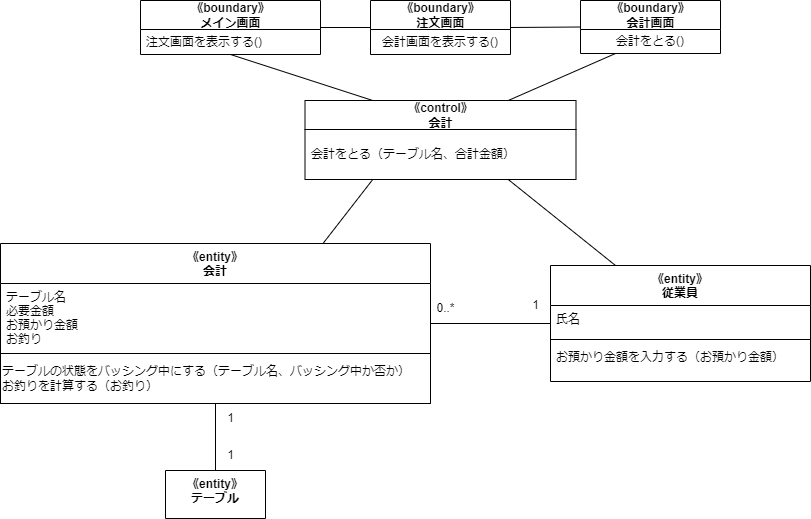
MasakiHiguchi/--- keeps this draw.io diagram as psp4/分析モデルのクラス図/分析モデルクラス図_会計.drawio.png. Above is the earlier version. Source tidied: cells renumbered, new cells last; positions are measured from the earlier drawing's top-left corner, leaving out a move shared by most shapes.
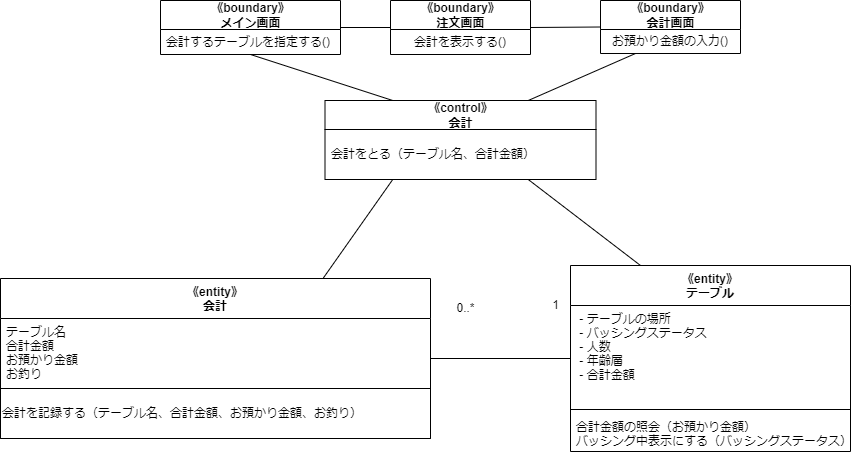
After the commit.

Diff of the diagram source:
```diff
@@ -8,7 +8,7 @@
     <mxCell id="3" value="《boundary》&lt;br&gt;メイン画面" style="swimlane;fontStyle=1;align=center;verticalAlign=middle;horizontal=1;startSize=29;html=1;" parent="1" vertex="1">
       <mxGeometry x="140" width="180" height="54" as="geometry" />
     </mxCell>
-    <mxCell id="4" value="注文画面を表示する()" style="text;html=1;strokeColor=none;fillColor=none;align=left;verticalAlign=middle;spacingLeft=4;spacingRight=4;overflow=hidden;" parent="3" vertex="1">
+    <mxCell id="4" value="会計するテーブルを指定する()" style="text;html=1;strokeColor=none;fillColor=none;align=left;verticalAlign=middle;spacingLeft=4;spacingRight=4;overflow=hidden;" parent="3" vertex="1">
       <mxGeometry y="29" width="180" height="25" as="geometry" />
     </mxCell>
     <mxCell id="5" style="edgeStyle=none;html=1;exitX=1;exitY=0.5;exitDx=0;exitDy=0;entryX=0;entryY=0.5;entryDx=0;entryDy=0;endArrow=none;endFill=0;" parent="1" edge="1" source="6" target="23">
@@ -17,7 +17,7 @@
     <mxCell id="6" value="《boundary》&lt;br&gt;注文画面" style="swimlane;fontStyle=1;align=center;verticalAlign=middle;horizontal=1;startSize=29;html=1;" parent="1" vertex="1">
       <mxGeometry x="370" width="140" height="54" as="geometry" />
     </mxCell>
-    <mxCell id="7" value="会計画面を表示する()" style="text;html=1;strokeColor=none;fillColor=none;align=center;verticalAlign=middle;spacingLeft=4;spacingRight=4;overflow=hidden;" parent="6" vertex="1">
+    <mxCell id="7" value="会計を表示する()" style="text;html=1;strokeColor=none;fillColor=none;align=center;verticalAlign=middle;spacingLeft=4;spacingRight=4;overflow=hidden;" parent="6" vertex="1">
       <mxGeometry y="29" width="140" height="25" as="geometry" />
     </mxCell>
     <mxCell id="8" style="edgeStyle=none;html=1;exitX=0.25;exitY=0;exitDx=0;exitDy=0;entryX=0.5;entryY=1;entryDx=0;entryDy=0;endArrow=none;endFill=0;" parent="1" edge="1" source="10" target="3">
@@ -36,16 +36,16 @@
       <mxGeometry relative="1" as="geometry" />
     </mxCell>
     <mxCell id="13" value="《entity》&#10;会計" style="swimlane;fontStyle=1;align=center;verticalAlign=top;horizontal=1;startSize=40;" parent="1" vertex="1">
-      <mxGeometry y="243" width="430" height="160" as="geometry" />
+      <mxGeometry x="-20" y="278" width="430" height="160" as="geometry" />
     </mxCell>
-    <mxCell id="14" value="テーブル名&#10;必要金額&#10;お預かり金額&#10;お釣り" style="text;strokeColor=none;fillColor=none;align=left;verticalAlign=top;spacingLeft=4;spacingRight=4;overflow=hidden;" parent="13" vertex="1">
+    <mxCell id="14" value="テーブル名&#10;合計金額&#10;お預かり金額&#10;お釣り" style="text;strokeColor=none;fillColor=none;align=left;verticalAlign=top;spacingLeft=4;spacingRight=4;overflow=hidden;" parent="13" vertex="1">
       <mxGeometry y="40" width="430" height="70" as="geometry" />
     </mxCell>
     <mxCell id="15" style="swimlane;startSize=0;" parent="13" vertex="1">
       <mxGeometry y="110" width="430" height="50" as="geometry" />
     </mxCell>
-    <mxCell id="16" value="テーブルの状態をバッシング中にする（テーブル名、バッシング中か否か）&lt;br&gt;お釣りを計算する（お釣り）" style="text;html=1;align=left;verticalAlign=middle;strokeColor=none;fillColor=none;" parent="15" vertex="1">
-      <mxGeometry y="5" width="430" height="40" as="geometry" />
+    <mxCell id="16" value="会計を記録する（テーブル名、合計金額、お預かり金額、お釣り）" style="text;html=1;align=left;verticalAlign=middle;strokeColor=none;fillColor=none;" parent="15" vertex="1">
+      <mxGeometry y="10" width="380" height="30" as="geometry" />
     </mxCell>
     <mxCell id="17" style="edgeStyle=none;html=1;exitX=0;exitY=0.5;exitDx=0;exitDy=0;entryX=1;entryY=0.5;entryDx=0;entryDy=0;endArrow=none;endFill=0;" parent="1" edge="1" source="19" target="13">
       <mxGeometry relative="1" as="geometry" />
@@ -53,41 +53,29 @@
     <mxCell id="18" style="edgeStyle=none;html=1;exitX=0.25;exitY=0;exitDx=0;exitDy=0;entryX=0.75;entryY=1;entryDx=0;entryDy=0;endArrow=none;endFill=0;" parent="1" edge="1" source="19" target="10">
       <mxGeometry relative="1" as="geometry" />
     </mxCell>
-    <mxCell id="19" value="《entity》&#10;従業員" style="swimlane;fontStyle=1;align=center;verticalAlign=top;horizontal=1;startSize=40;" parent="1" vertex="1">
-      <mxGeometry x="550" y="265" width="260" height="116" as="geometry" />
+    <mxCell id="19" value="《entity》&#10;テーブル" style="swimlane;fontStyle=1;align=center;verticalAlign=top;horizontal=1;startSize=40;" parent="1" vertex="1">
+      <mxGeometry x="550" y="265" width="280" height="186" as="geometry" />
     </mxCell>
-    <mxCell id="20" value="氏名" style="text;strokeColor=none;fillColor=none;align=left;verticalAlign=top;spacingLeft=4;spacingRight=4;overflow=hidden;" parent="19" vertex="1">
-      <mxGeometry y="40" width="260" height="30" as="geometry" />
+    <mxCell id="20" value=" - テーブルの場所&#10; - バッシングステータス&#10; - 人数&#10; - 年齢層&#10; - 合計金額" style="text;strokeColor=none;fillColor=none;align=left;verticalAlign=top;spacingLeft=4;spacingRight=4;overflow=hidden;" parent="19" vertex="1">
+      <mxGeometry y="40" width="280" height="100" as="geometry" />
     </mxCell>
     <mxCell id="21" style="line;strokeWidth=1;fillColor=none;align=left;verticalAlign=middle;spacingTop=-1;spacingLeft=3;spacingRight=3;labelPosition=right;strokeColor=inherit;" parent="19" vertex="1">
-      <mxGeometry y="70" width="260" height="8" as="geometry" />
+      <mxGeometry y="140" width="280" height="8" as="geometry" />
     </mxCell>
-    <mxCell id="22" value="お預かり金額を入力する（お預かり金額）" style="text;strokeColor=none;fillColor=none;align=left;verticalAlign=top;spacingLeft=4;spacingRight=4;overflow=hidden;" parent="19" vertex="1">
-      <mxGeometry y="78" width="260" height="38" as="geometry" />
+    <mxCell id="22" value="合計金額の照会（お預かり金額）&#10;バッシング中表示にする（バッシングステータス）" style="text;strokeColor=none;fillColor=none;align=left;verticalAlign=top;spacingLeft=4;spacingRight=4;overflow=hidden;" parent="19" vertex="1">
+      <mxGeometry y="148" width="280" height="38" as="geometry" />
     </mxCell>
     <mxCell id="23" value="《boundary》&lt;br&gt;会計画面" style="swimlane;fontStyle=1;align=center;verticalAlign=middle;horizontal=1;startSize=29;html=1;" parent="1" vertex="1">
       <mxGeometry x="580" width="140" height="53" as="geometry" />
     </mxCell>
-    <mxCell id="24" value="会計をとる()" style="text;html=1;strokeColor=none;fillColor=none;align=center;verticalAlign=middle;spacingLeft=4;spacingRight=4;overflow=hidden;" parent="23" vertex="1">
+    <mxCell id="24" value="お預かり金額の入力()" style="text;html=1;strokeColor=none;fillColor=none;align=center;verticalAlign=middle;spacingLeft=4;spacingRight=4;overflow=hidden;" parent="23" vertex="1">
       <mxGeometry y="29" width="140" height="24" as="geometry" />
     </mxCell>
-    <mxCell id="25" style="edgeStyle=none;html=1;exitX=0.5;exitY=0;exitDx=0;exitDy=0;entryX=0.5;entryY=1;entryDx=0;entryDy=0;endArrow=none;endFill=0;" parent="1" edge="1" source="26" target="13">
-      <mxGeometry relative="1" as="geometry" />
-    </mxCell>
-    <mxCell id="26" value="《entity》&#10;テーブル" style="swimlane;fontStyle=1;align=center;verticalAlign=top;horizontal=1;startSize=48;" parent="1" vertex="1">
-      <mxGeometry x="165" y="470" width="100" height="48" as="geometry" />
-    </mxCell>
     <mxCell id="27" value="1" style="text;html=1;align=center;verticalAlign=middle;strokeColor=none;fillColor=none;" parent="1" vertex="1">
       <mxGeometry x="520" y="290" width="30" height="30" as="geometry" />
     </mxCell>
     <mxCell id="28" value="0..*" style="text;html=1;align=center;verticalAlign=middle;strokeColor=none;fillColor=none;" parent="1" vertex="1">
       <mxGeometry x="425" y="293" width="40" height="30" as="geometry" />
     </mxCell>
-    <mxCell id="29" value="1" style="text;html=1;align=center;verticalAlign=middle;strokeColor=none;fillColor=none;" parent="1" vertex="1">
-      <mxGeometry x="215" y="440" width="30" height="30" as="geometry" />
-    </mxCell>
-    <mxCell id="30" value="1" style="text;html=1;align=center;verticalAlign=middle;strokeColor=none;fillColor=none;" parent="1" vertex="1">
-      <mxGeometry x="215" y="403" width="30" height="30" as="geometry" />
-    </mxCell>
   </root>
 </mxGraphModel>
```
